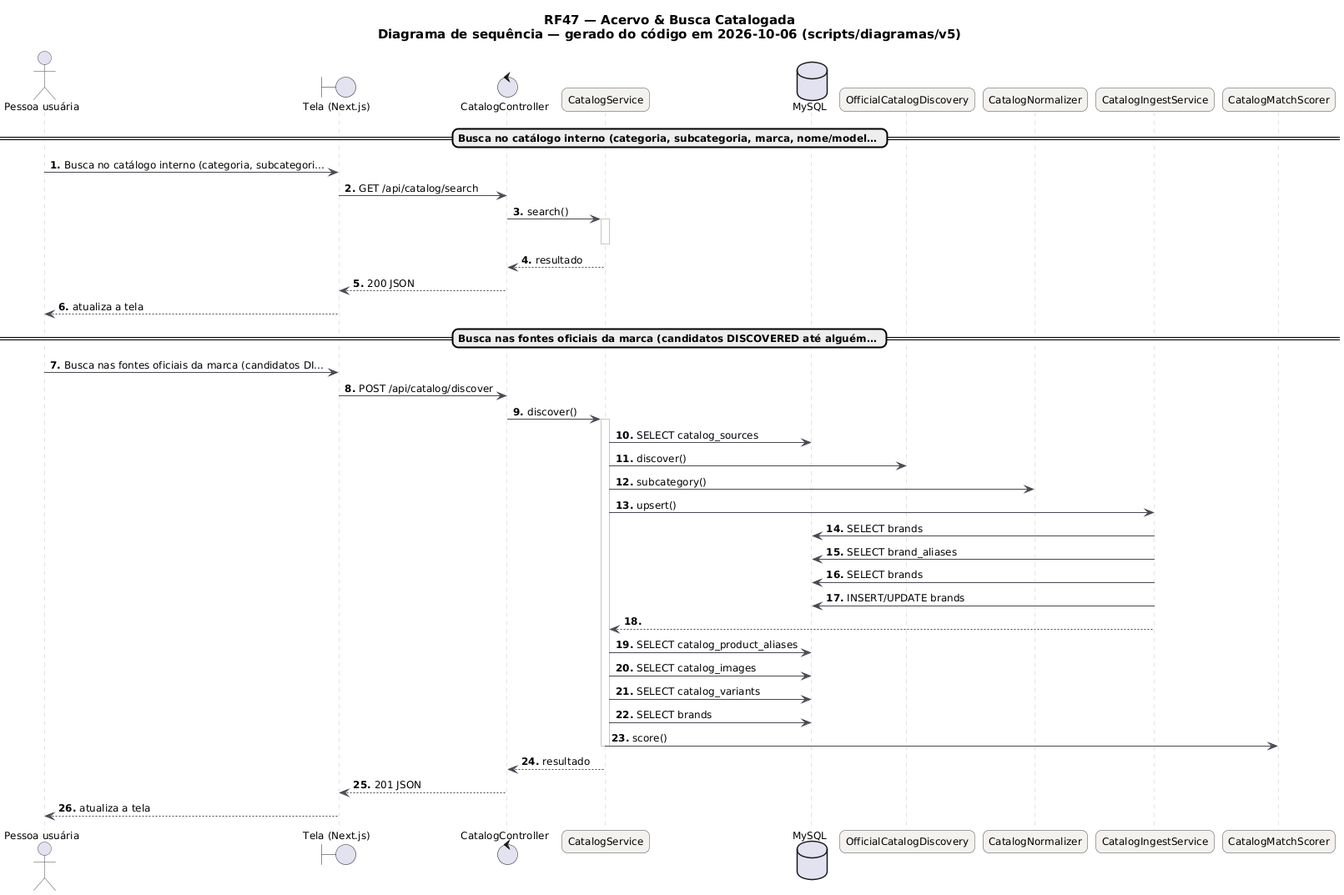
Earlier version of the PlantUML export docs/diagramas/RF47/RF47_Sequencia.png (MatheusHaliski/tcc-2026-fashion-ai-backend). The source it was exported from:
```plantuml
@startuml RF47_Sequencia
skinparam backgroundColor #FFFFFF
skinparam shadowing false
skinparam defaultFontName "DejaVu Sans"
skinparam defaultFontSize 12
skinparam titleFontSize 15
skinparam roundcorner 14
skinparam ArrowColor #52606D
skinparam note {
  BackgroundColor #FFFDEB
  BorderColor #D8CE78
  FontColor #554F24
}
skinparam sequence {
  ArrowColor #4A4852
  LifeLineBorderColor #CBC6BE
  ParticipantBackgroundColor #F4F2EF
  ParticipantBorderColor #4A4852
  ActorBorderColor #4A4852
  GroupBorderColor #CBC6BE
  GroupBackgroundColor #FAF8F5
}
autonumber "<b>0."
title RF47 — Acervo & Busca Catalogada\nDiagrama de sequência — gerado do código em 2026-10-06 (scripts/diagramas/v5)

actor "Pessoa usuária" as U
boundary "Tela (Next.js)" as P
control "CatalogController" as CatalogController
participant "CatalogService" as CatalogService
database "MySQL" as DB_MySQL
participant "OfficialCatalogDiscovery" as OfficialCatalogDiscovery
participant "CatalogNormalizer" as CatalogNormalizer
participant "CatalogIngestService" as CatalogIngestService
participant "CatalogMatchScorer" as CatalogMatchScorer
== Busca no catálogo interno (categoria, subcategoria, marca, nome/model… ==
U -> P : Busca no catálogo interno (categoria, subcategori…
P -> CatalogController : GET /api/catalog/search
CatalogController -> CatalogService : search()
activate CatalogService
deactivate CatalogService
CatalogService --> CatalogController : resultado
CatalogController --> P : 200 JSON
P --> U : atualiza a tela
== Busca nas fontes oficiais da marca (candidatos DISCOVERED até alguém… ==
U -> P : Busca nas fontes oficiais da marca (candidatos DI…
P -> CatalogController : POST /api/catalog/discover
CatalogController -> CatalogService : discover()
activate CatalogService
CatalogService -> DB_MySQL : SELECT catalog_sources
CatalogService -> OfficialCatalogDiscovery : discover()
CatalogService -> CatalogNormalizer : subcategory()
CatalogService -> CatalogIngestService : upsert()
CatalogIngestService -> DB_MySQL : SELECT brands
CatalogIngestService -> DB_MySQL : SELECT brand_aliases
CatalogIngestService -> DB_MySQL : SELECT brands
CatalogIngestService -> DB_MySQL : INSERT/UPDATE brands
CatalogIngestService --> CatalogService
CatalogService -> DB_MySQL : SELECT catalog_product_aliases
CatalogService -> DB_MySQL : SELECT catalog_images
CatalogService -> DB_MySQL : SELECT catalog_variants
CatalogService -> DB_MySQL : SELECT brands
CatalogService -> CatalogMatchScorer : score()
deactivate CatalogService
CatalogService --> CatalogController : resultado
CatalogController --> P : 201 JSON
P --> U : atualiza a tela
@enduml
```
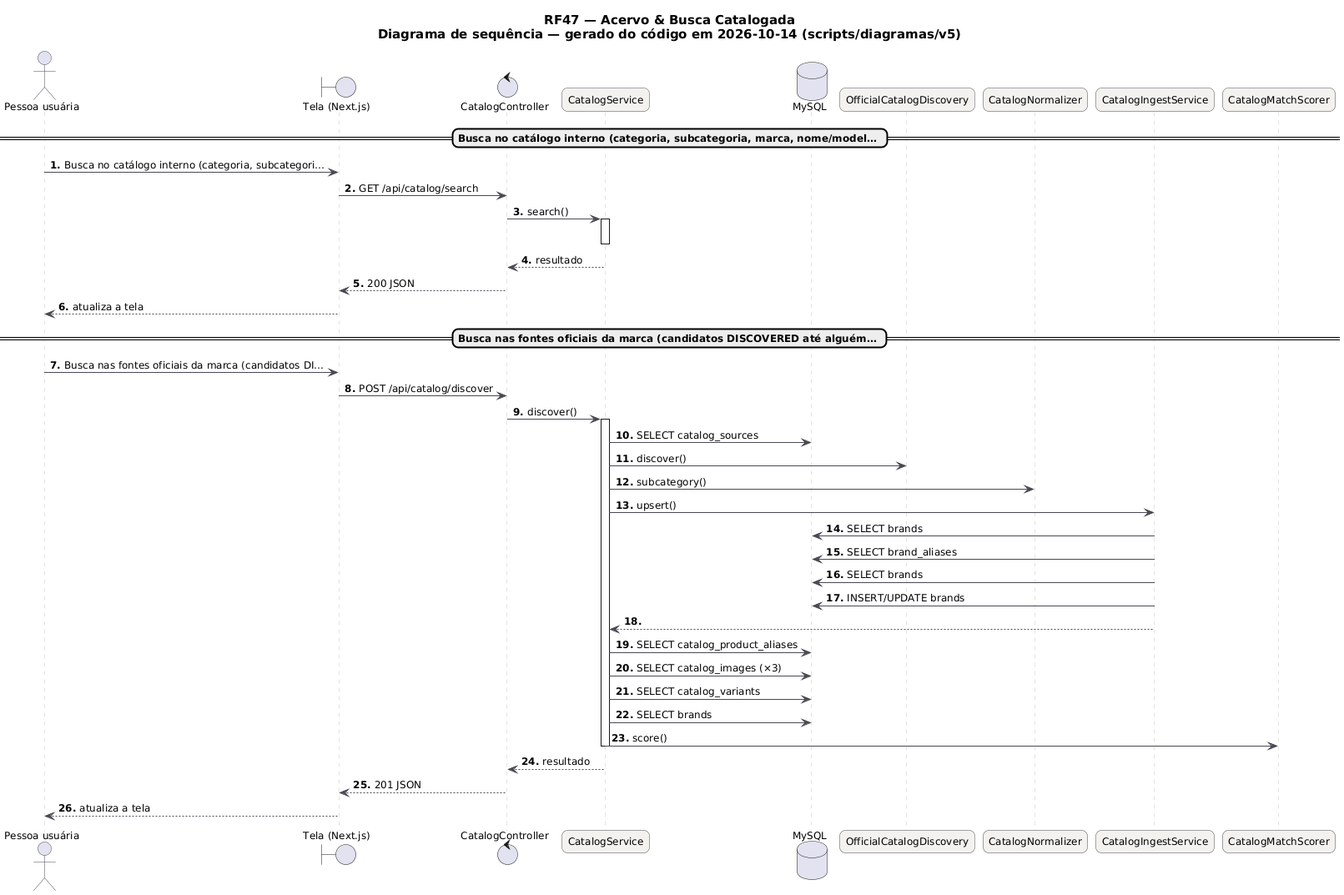
After the change.

Change to the diagram source:
```diff
@@ -21,7 +21,7 @@
   GroupBackgroundColor #FAF8F5
 }
 autonumber "<b>0."
-title RF47 — Acervo & Busca Catalogada\nDiagrama de sequência — gerado do código em 2026-10-06 (scripts/diagramas/v5)
+title RF47 — Acervo & Busca Catalogada\nDiagrama de sequência — gerado do código em 2026-10-14 (scripts/diagramas/v5)
 
 actor "Pessoa usuária" as U
 boundary "Tela (Next.js)" as P
@@ -56,7 +56,7 @@
 CatalogIngestService -> DB_MySQL : INSERT/UPDATE brands
 CatalogIngestService --> CatalogService
 CatalogService -> DB_MySQL : SELECT catalog_product_aliases
-CatalogService -> DB_MySQL : SELECT catalog_images
+CatalogService -> DB_MySQL : SELECT catalog_images (×3)
 CatalogService -> DB_MySQL : SELECT catalog_variants
 CatalogService -> DB_MySQL : SELECT brands
 CatalogService -> CatalogMatchScorer : score()
```
